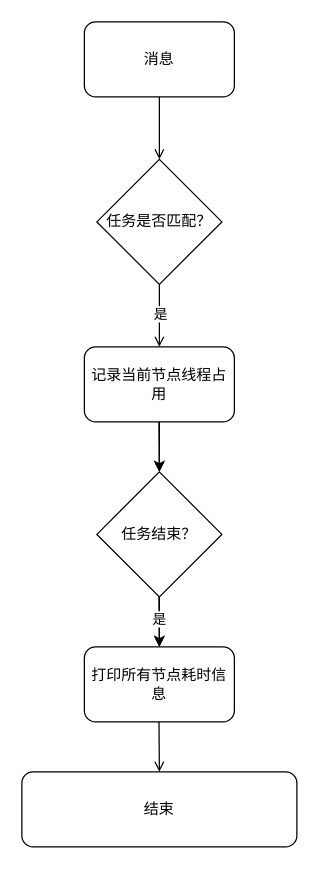
liyunhao2/technology keeps this draw.io diagram as page "第 10 页" (10 of 11) of D9.drawio. Above is the earlier version. Source tidied: cells renumbered, new cells numbered last; positions are measured from the earlier drawing's top-left corner, leaving out a move shared by most shapes. Both pictures are drawn from the tidied source at 125%, with x=0, y=0 at pixel (21, 21).
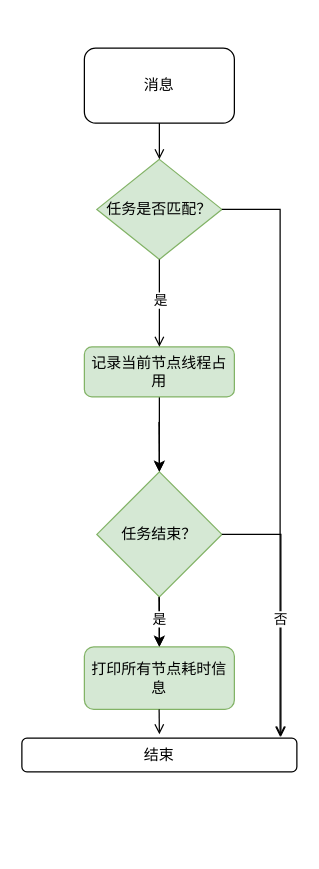
The same diagram, later.

Diff of the diagram source:
```diff
@@
     <mxCell id="2" value="消息" style="rounded=1;whiteSpace=wrap;html=1;" parent="1" vertex="1">
-      <mxGeometry x="50" width="120" height="60" as="geometry" />
+      <mxGeometry x="50" y="21" width="120" height="60" as="geometry" />
     </mxCell>
-    <mxCell id="3" value="任务是否匹配？" style="rhombus;whiteSpace=wrap;html=1;" parent="1" vertex="1">
-      <mxGeometry x="60" y="110" width="100" height="100" as="geometry" />
+    <mxCell id="3" value="任务是否匹配？" style="rhombus;whiteSpace=wrap;html=1;fillColor=#d5e8d4;strokeColor=#82b366;" parent="1" vertex="1">
+      <mxGeometry x="60" y="110" width="100" height="80" as="geometry" />
     </mxCell>
@@
     <mxCell id="5" value="结束" style="rounded=1;whiteSpace=wrap;html=1;" parent="1" vertex="1">
-      <mxGeometry y="600" width="220" height="60" as="geometry" />
+      <mxGeometry y="573" width="220" height="27" as="geometry" />
     </mxCell>
@@
-    <mxCell id="7" value="记录当前节点线程占用" style="rounded=1;whiteSpace=wrap;html=1;" parent="1" vertex="1">
-      <mxGeometry x="50" y="260" width="120" height="60" as="geometry" />
+    <mxCell id="7" value="记录当前节点线程占用" style="rounded=1;whiteSpace=wrap;html=1;fillColor=#d5e8d4;strokeColor=#82b366;" parent="1" vertex="1">
+      <mxGeometry x="50" y="260" width="120" height="40" as="geometry" />
     </mxCell>
@@
-    <mxCell id="11" value="任务结束？" style="rhombus;whiteSpace=wrap;html=1;" parent="1" vertex="1">
+    <mxCell id="11" value="任务结束？" style="rhombus;whiteSpace=wrap;html=1;fillColor=#d5e8d4;strokeColor=#82b366;" parent="1" vertex="1">
       <mxGeometry x="60" y="360" width="100" height="100" as="geometry" />
     </mxCell>
@@
-    <mxCell id="13" value="打印所有节点耗时信息" style="rounded=1;whiteSpace=wrap;html=1;" parent="1" vertex="1">
-      <mxGeometry x="50" y="500" width="120" height="60" as="geometry" />
+    <mxCell id="13" value="打印所有节点耗时信息" style="rounded=1;whiteSpace=wrap;html=1;fillColor=#d5e8d4;strokeColor=#82b366;" parent="1" vertex="1">
+      <mxGeometry x="50" y="500" width="120" height="50" as="geometry" />
     </mxCell>
@@
     <mxCell id="16" style="html=1;verticalAlign=bottom;endArrow=open;endFill=0;rounded=0;startFill=1;anchorPointDirection=1;exitX=0.5;exitY=1;exitDx=0;exitDy=0;" parent="1" edge="1">
       <mxGeometry relative="1" as="geometry">
-        <mxPoint x="109.7" y="560" as="sourcePoint" />
-        <mxPoint x="110" y="600" as="targetPoint" />
+        <mxPoint x="109.8" y="550" as="sourcePoint" />
+        <mxPoint x="110" y="570" as="targetPoint" />
       </mxGeometry>
     </mxCell>
+    <mxCell id="17" style="html=1;verticalAlign=bottom;endArrow=open;endFill=0;rounded=0;startFill=1;anchorPointDirection=1;exitX=1;exitY=0.5;exitDx=0;exitDy=0;entryX=0.939;entryY=-0.044;entryDx=0;entryDy=0;entryPerimeter=0;edgeStyle=orthogonalEdgeStyle;" parent="1" edge="1" source="3" target="5">
+      <mxGeometry relative="1" as="geometry" />
+    </mxCell>
+    <mxCell id="18" style="html=1;verticalAlign=bottom;endArrow=open;endFill=0;rounded=0;startFill=1;anchorPointDirection=1;exitX=1;exitY=0.5;exitDx=0;exitDy=0;entryX=0.942;entryY=-0.044;entryDx=0;entryDy=0;entryPerimeter=0;edgeStyle=orthogonalEdgeStyle;" parent="1" edge="1" source="11" target="5">
+      <mxGeometry relative="1" as="geometry" />
+    </mxCell>
+    <mxCell id="19" value="否" style="edgeLabel;html=1;align=center;verticalAlign=middle;" parent="18" vertex="1">
+      <mxGeometry x="0.1" y="-1" relative="1" as="geometry" />
+    </mxCell>
```
